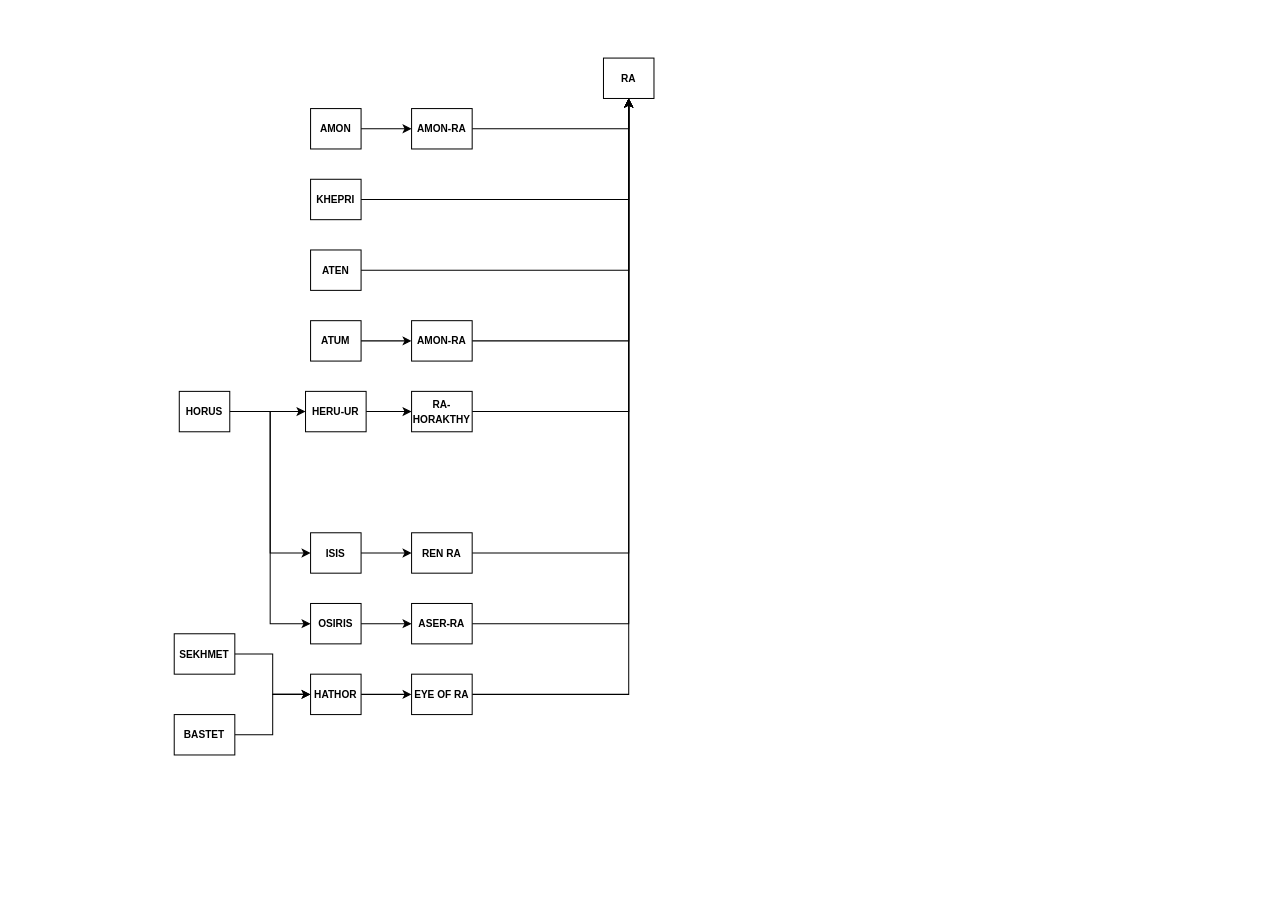
Before: Untitled Diagram.drawio in asimakiskydros/University-Projects, a draw.io diagram. Source tidied: cells renumbered, new cells numbered last; positions are measured from the earlier drawing's top-left corner, leaving out a move shared by most shapes. Both pictures are drawn from the tidied source at 101%, with x=0, y=0 at pixel (174, 58).
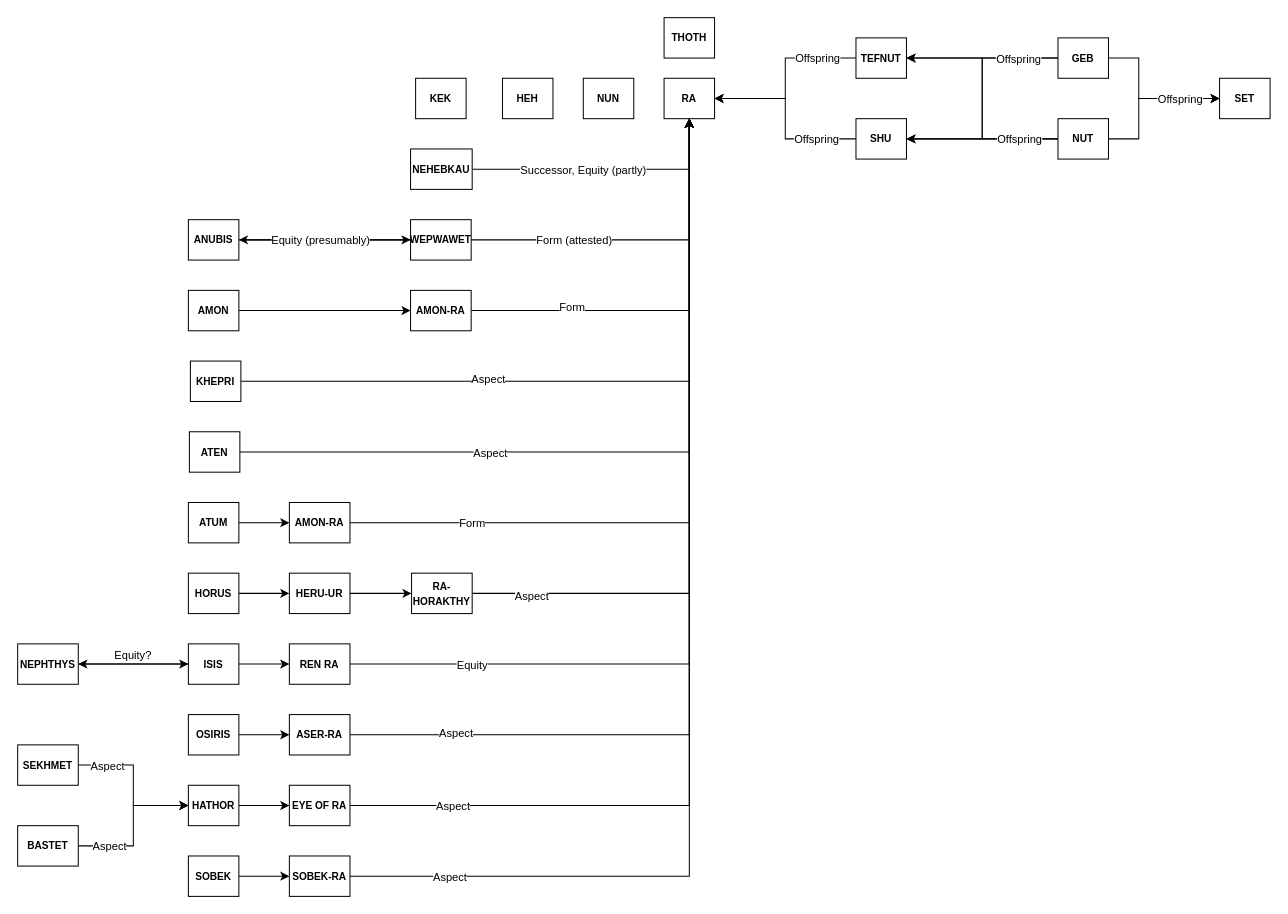
The same page after the edit.

The change refers to these unchanged cells:
```xml
<mxCell id="5" style="edgeStyle=orthogonalEdgeStyle;rounded=0;jettySize=auto;html=1;entryX=0.5;entryY=1;entryDx=0;entryDy=0;" parent="1" edge="1" source="6" target="2">
  <mxGeometry relative="1" as="geometry" />
</mxCell>
<mxCell id="7" style="edgeStyle=orthogonalEdgeStyle;rounded=0;jettySize=auto;html=1;entryX=0.5;entryY=1;entryDx=0;entryDy=0;" parent="1" edge="1" source="8" target="2">
  <mxGeometry relative="1" as="geometry" />
</mxCell>
<mxCell id="11" style="edgeStyle=orthogonalEdgeStyle;rounded=0;jettySize=auto;html=1;entryX=0.5;entryY=1;entryDx=0;entryDy=0;" parent="1" edge="1" source="12" target="2">
  <mxGeometry relative="1" as="geometry" />
</mxCell>
<mxCell id="13" style="edgeStyle=orthogonalEdgeStyle;rounded=0;jettySize=auto;html=1;entryX=0.5;entryY=1;entryDx=0;entryDy=0;" parent="1" edge="1" source="14" target="2">
  <mxGeometry relative="1" as="geometry" />
</mxCell>
<mxCell id="21" style="edgeStyle=orthogonalEdgeStyle;rounded=0;jettySize=auto;html=1;entryX=0.5;entryY=1;entryDx=0;entryDy=0;" parent="1" edge="1" source="22" target="2">
  <mxGeometry relative="1" as="geometry" />
</mxCell>
<mxCell id="25" style="edgeStyle=orthogonalEdgeStyle;rounded=0;jettySize=auto;html=1;entryX=0.5;entryY=1;entryDx=0;entryDy=0;" parent="1" edge="1" source="26" target="2">
  <mxGeometry relative="1" as="geometry" />
</mxCell>
<mxCell id="27" style="edgeStyle=orthogonalEdgeStyle;rounded=0;jettySize=auto;html=1;entryX=0;entryY=0.5;entryDx=0;entryDy=0;" parent="1" edge="1" source="28" target="24">
  <mxGeometry relative="1" as="geometry" />
</mxCell>
<mxCell id="29" style="edgeStyle=orthogonalEdgeStyle;rounded=0;jettySize=auto;html=1;entryX=0;entryY=0.5;entryDx=0;entryDy=0;" parent="1" edge="1" source="30" target="24">
  <mxGeometry relative="1" as="geometry" />
</mxCell>
<mxCell id="33" style="edgeStyle=orthogonalEdgeStyle;rounded=0;jettySize=auto;html=1;entryX=0.5;entryY=1;entryDx=0;entryDy=0;" parent="1" edge="1" source="34" target="2">
  <mxGeometry relative="1" as="geometry" />
</mxCell>
<mxCell id="37" style="edgeStyle=orthogonalEdgeStyle;rounded=0;jettySize=auto;html=1;entryX=0.5;entryY=1;entryDx=0;entryDy=0;" parent="1" edge="1" source="38" target="2">
  <mxGeometry relative="1" as="geometry" />
</mxCell>
```

Change to the diagram source:
```diff
@@
     <mxCell id="2" value="&lt;font size=&quot;1&quot;&gt;&lt;b&gt;RA&lt;/b&gt;&lt;/font&gt;" style="rounded=0;whiteSpace=wrap;html=1;" parent="1" vertex="1">
-      <mxGeometry x="425" width="50" height="40" as="geometry" />
+      <mxGeometry x="485" y="20" width="50" height="40" as="geometry" />
     </mxCell>
@@
     <mxCell id="4" value="&lt;font size=&quot;1&quot;&gt;&lt;b&gt;AMON&lt;/b&gt;&lt;/font&gt;" style="rounded=0;whiteSpace=wrap;html=1;" parent="1" vertex="1">
-      <mxGeometry x="135" y="50" width="50" height="40" as="geometry" />
+      <mxGeometry x="14" y="230" width="50" height="40" as="geometry" />
     </mxCell>
@@
+    <mxCell id="39" value="Aspect" style="edgeLabel;html=1;align=center;verticalAlign=middle;" parent="5" vertex="1">
+      <mxGeometry x="-0.43" y="3" relative="1" as="geometry">
+        <mxPoint x="43" as="offset" />
+      </mxGeometry>
+    </mxCell>
     <mxCell id="6" value="&lt;div&gt;&lt;font size=&quot;1&quot;&gt;&lt;b&gt;KHEPRI&lt;/b&gt;&lt;/font&gt;&lt;/div&gt;" style="rounded=0;whiteSpace=wrap;html=1;" parent="1" vertex="1">
-      <mxGeometry x="135" y="120" width="50" height="40" as="geometry" />
+      <mxGeometry x="16" y="300" width="50" height="40" as="geometry" />
     </mxCell>
@@
+    <mxCell id="40" value="Aspect" style="edgeLabel;html=1;align=center;verticalAlign=middle;" parent="7" vertex="1">
+      <mxGeometry x="-0.38" y="4" relative="1" as="geometry">
+        <mxPoint x="7" y="4" as="offset" />
+      </mxGeometry>
+    </mxCell>
     <mxCell id="8" value="&lt;div&gt;&lt;font size=&quot;1&quot;&gt;&lt;b&gt;ATEN&lt;/b&gt;&lt;/font&gt;&lt;/div&gt;" style="rounded=0;whiteSpace=wrap;html=1;" parent="1" vertex="1">
-      <mxGeometry x="135" y="190" width="50" height="40" as="geometry" />
+      <mxGeometry x="15" y="370" width="50" height="40" as="geometry" />
     </mxCell>
@@
     <mxCell id="10" value="&lt;font size=&quot;1&quot;&gt;&lt;b&gt;ATUM&lt;/b&gt;&lt;/font&gt;" style="rounded=0;whiteSpace=wrap;html=1;" parent="1" vertex="1">
-      <mxGeometry x="135" y="260" width="50" height="40" as="geometry" />
+      <mxGeometry x="14" y="440" width="50" height="40" as="geometry" />
     </mxCell>
@@
+    <mxCell id="41" value="Form " style="edgeLabel;html=1;align=center;verticalAlign=middle;" parent="11" vertex="1">
+      <mxGeometry x="-0.56" y="4" relative="1" as="geometry">
+        <mxPoint x="10" as="offset" />
+      </mxGeometry>
+    </mxCell>
     <mxCell id="12" value="&lt;font size=&quot;1&quot;&gt;&lt;b&gt;AMON-RA&lt;/b&gt;&lt;/font&gt;" style="rounded=0;whiteSpace=wrap;html=1;" parent="1" vertex="1">
-      <mxGeometry x="235" y="50" width="60" height="40" as="geometry" />
+      <mxGeometry x="234" y="230" width="60" height="40" as="geometry" />
     </mxCell>
@@
+    <mxCell id="42" value="Form" style="edgeLabel;html=1;align=center;verticalAlign=middle;" parent="13" vertex="1">
+      <mxGeometry x="-0.68" y="-3" relative="1" as="geometry">
+        <mxPoint x="2" y="-3" as="offset" />
+      </mxGeometry>
+    </mxCell>
     <mxCell id="14" value="&lt;font size=&quot;1&quot;&gt;&lt;b&gt;AMON-RA&lt;/b&gt;&lt;/font&gt;" style="rounded=0;whiteSpace=wrap;html=1;" parent="1" vertex="1">
-      <mxGeometry x="235" y="260" width="60" height="40" as="geometry" />
+      <mxGeometry x="114" y="440" width="60" height="40" as="geometry" />
     </mxCell>
@@
-    <mxCell id="16" style="edgeStyle=orthogonalEdgeStyle;rounded=0;jettySize=auto;html=1;entryX=0;entryY=0.5;entryDx=0;entryDy=0;" parent="1" edge="1" source="18" target="32">
-      <mxGeometry relative="1" as="geometry" />
-    </mxCell>
-    <mxCell id="17" style="edgeStyle=orthogonalEdgeStyle;rounded=0;jettySize=auto;html=1;entryX=0;entryY=0.5;entryDx=0;entryDy=0;" parent="1" edge="1" source="18" target="36">
-      <mxGeometry relative="1" as="geometry" />
-    </mxCell>
     <mxCell id="18" value="&lt;font size=&quot;1&quot;&gt;&lt;b&gt;HORUS&lt;/b&gt;&lt;/font&gt;" style="rounded=0;whiteSpace=wrap;html=1;" parent="1" vertex="1">
-      <mxGeometry x="5" y="330" width="50" height="40" as="geometry" />
+      <mxGeometry x="14" y="510" width="50" height="40" as="geometry" />
     </mxCell>
@@
     <mxCell id="20" value="&lt;font size=&quot;1&quot;&gt;&lt;b&gt;HERU-UR&lt;/b&gt;&lt;/font&gt;" style="rounded=0;whiteSpace=wrap;html=1;" parent="1" vertex="1">
-      <mxGeometry x="130" y="330" width="60" height="40" as="geometry" />
+      <mxGeometry x="114" y="510" width="60" height="40" as="geometry" />
     </mxCell>
@@
+    <mxCell id="43" value="Aspect" style="edgeLabel;html=1;align=center;verticalAlign=middle;" parent="21" vertex="1">
+      <mxGeometry x="-0.83" y="-2" relative="1" as="geometry" />
+    </mxCell>
     <mxCell id="22" value="&lt;font size=&quot;1&quot;&gt;&lt;b&gt;RA-HORAKTHY&lt;/b&gt;&lt;/font&gt;" style="rounded=0;whiteSpace=wrap;html=1;" parent="1" vertex="1">
-      <mxGeometry x="235" y="330" width="60" height="40" as="geometry" />
+      <mxGeometry x="235" y="510" width="60" height="40" as="geometry" />
     </mxCell>
@@
     <mxCell id="24" value="&lt;font size=&quot;1&quot;&gt;&lt;b&gt;HATHOR&lt;/b&gt;&lt;/font&gt;" style="rounded=0;whiteSpace=wrap;html=1;" parent="1" vertex="1">
-      <mxGeometry x="135" y="610" width="50" height="40" as="geometry" />
+      <mxGeometry x="14" y="720" width="50" height="40" as="geometry" />
     </mxCell>
@@
+    <mxCell id="44" value="Aspect" style="edgeLabel;html=1;align=center;verticalAlign=middle;" parent="25" vertex="1">
+      <mxGeometry x="-0.79" y="2" relative="1" as="geometry">
+        <mxPoint x="-6" y="2" as="offset" />
+      </mxGeometry>
+    </mxCell>
     <mxCell id="26" value="&lt;font size=&quot;1&quot;&gt;&lt;b&gt;EYE OF RA&lt;br&gt;&lt;/b&gt;&lt;/font&gt;" style="rounded=0;whiteSpace=wrap;html=1;" parent="1" vertex="1">
-      <mxGeometry x="235" y="610" width="60" height="40" as="geometry" />
+      <mxGeometry x="114" y="720" width="60" height="40" as="geometry" />
     </mxCell>
@@
+    <mxCell id="45" value="Aspect" style="edgeLabel;html=1;align=center;verticalAlign=middle;" parent="27" vertex="1">
+      <mxGeometry x="-0.62" relative="1" as="geometry" />
+    </mxCell>
     <mxCell id="28" value="&lt;font size=&quot;1&quot;&gt;&lt;b&gt;SEKHMET&lt;/b&gt;&lt;/font&gt;" style="rounded=0;whiteSpace=wrap;html=1;" parent="1" vertex="1">
-      <mxGeometry y="570" width="60" height="40" as="geometry" />
+      <mxGeometry x="-155" y="680" width="60" height="40" as="geometry" />
     </mxCell>
@@
+    <mxCell id="46" value="Aspect" style="edgeLabel;html=1;align=center;verticalAlign=middle;" parent="29" vertex="1">
+      <mxGeometry x="-0.57" relative="1" as="geometry">
+        <mxPoint x="-2" as="offset" />
+      </mxGeometry>
+    </mxCell>
     <mxCell id="30" value="&lt;font size=&quot;1&quot;&gt;&lt;b&gt;BASTET&lt;/b&gt;&lt;/font&gt;" style="rounded=0;whiteSpace=wrap;html=1;" parent="1" vertex="1">
-      <mxGeometry y="650" width="60" height="40" as="geometry" />
+      <mxGeometry x="-155" y="760" width="60" height="40" as="geometry" />
     </mxCell>
@@
+    <mxCell id="47" style="edgeStyle=orthogonalEdgeStyle;rounded=0;jettySize=auto;html=1;entryX=1;entryY=0.5;entryDx=0;entryDy=0;" parent="1" edge="1" source="32" target="52">
+      <mxGeometry relative="1" as="geometry" />
+    </mxCell>
     <mxCell id="32" value="&lt;font size=&quot;1&quot;&gt;&lt;b&gt;ISIS&lt;/b&gt;&lt;/font&gt;" style="rounded=0;whiteSpace=wrap;html=1;" parent="1" vertex="1">
-      <mxGeometry x="135" y="470" width="50" height="40" as="geometry" />
+      <mxGeometry x="14" y="580" width="50" height="40" as="geometry" />
     </mxCell>
@@
+    <mxCell id="48" value="Equity" style="edgeLabel;html=1;align=center;verticalAlign=middle;" parent="33" vertex="1">
+      <mxGeometry x="-0.69" y="-1" relative="1" as="geometry">
+        <mxPoint x="-16" y="-1" as="offset" />
+      </mxGeometry>
+    </mxCell>
     <mxCell id="34" value="&lt;font size=&quot;1&quot;&gt;&lt;b&gt;REN RA&lt;/b&gt;&lt;/font&gt;" style="rounded=0;whiteSpace=wrap;html=1;" parent="1" vertex="1">
-      <mxGeometry x="235" y="470" width="60" height="40" as="geometry" />
+      <mxGeometry x="114" y="580" width="60" height="40" as="geometry" />
     </mxCell>
@@
     <mxCell id="36" value="&lt;font size=&quot;1&quot;&gt;&lt;b&gt;OSIRIS&lt;/b&gt;&lt;/font&gt;" style="rounded=0;whiteSpace=wrap;html=1;" parent="1" vertex="1">
-      <mxGeometry x="135" y="540" width="50" height="40" as="geometry" />
+      <mxGeometry x="14" y="650" width="50" height="40" as="geometry" />
     </mxCell>
@@
+    <mxCell id="49" value="Aspect" style="edgeLabel;html=1;align=center;verticalAlign=middle;" parent="37" vertex="1">
+      <mxGeometry x="-0.78" y="2" relative="1" as="geometry" />
+    </mxCell>
     <mxCell id="38" value="&lt;font size=&quot;1&quot;&gt;&lt;b&gt;ASER-RA&lt;/b&gt;&lt;/font&gt;" style="rounded=0;whiteSpace=wrap;html=1;" parent="1" vertex="1">
-      <mxGeometry x="235" y="540" width="60" height="40" as="geometry" />
+      <mxGeometry x="114" y="650" width="60" height="40" as="geometry" />
     </mxCell>
+    <mxCell id="50" style="edgeStyle=orthogonalEdgeStyle;rounded=0;jettySize=auto;html=1;entryX=0;entryY=0.5;entryDx=0;entryDy=0;" parent="1" edge="1" source="52" target="32">
+      <mxGeometry relative="1" as="geometry" />
+    </mxCell>
+    <mxCell id="51" value="Equity?" style="edgeLabel;html=1;align=center;verticalAlign=middle;" parent="50" vertex="1">
+      <mxGeometry x="0.07" y="-2" relative="1" as="geometry">
+        <mxPoint x="-5" y="-12" as="offset" />
+      </mxGeometry>
+    </mxCell>
+    <mxCell id="52" value="&lt;font size=&quot;1&quot;&gt;&lt;b&gt;NEPHTHYS&lt;/b&gt;&lt;/font&gt;" style="rounded=0;whiteSpace=wrap;html=1;" parent="1" vertex="1">
+      <mxGeometry x="-155" y="580" width="60" height="40" as="geometry" />
+    </mxCell>
+    <mxCell id="53" value="&lt;font size=&quot;1&quot;&gt;&lt;b&gt;THOTH&lt;/b&gt;&lt;/font&gt;" style="rounded=0;whiteSpace=wrap;html=1;" parent="1" vertex="1">
+      <mxGeometry x="485" y="-40" width="50" height="40" as="geometry" />
+    </mxCell>
+    <mxCell id="54" value="&lt;font size=&quot;1&quot;&gt;&lt;b&gt;SET&lt;/b&gt;&lt;/font&gt;" style="rounded=0;whiteSpace=wrap;html=1;" parent="1" vertex="1">
+      <mxGeometry x="1035" y="20" width="50" height="40" as="geometry" />
+    </mxCell>
+    <mxCell id="55" style="edgeStyle=orthogonalEdgeStyle;rounded=0;jettySize=auto;html=1;entryX=1;entryY=0.5;entryDx=0;entryDy=0;" parent="1" edge="1" source="59" target="74">
+      <mxGeometry relative="1" as="geometry" />
+    </mxCell>
+    <mxCell id="56" style="edgeStyle=orthogonalEdgeStyle;rounded=0;jettySize=auto;html=1;entryX=1;entryY=0.5;entryDx=0;entryDy=0;" parent="1" edge="1" source="59" target="71">
+      <mxGeometry relative="1" as="geometry" />
+    </mxCell>
+    <mxCell id="57" value="Offspring" style="edgeLabel;html=1;align=center;verticalAlign=middle;" parent="56" vertex="1">
+      <mxGeometry x="-0.73" y="-1" relative="1" as="geometry">
+        <mxPoint x="-9" y="1" as="offset" />
+      </mxGeometry>
+    </mxCell>
+    <mxCell id="58" style="edgeStyle=orthogonalEdgeStyle;rounded=0;jettySize=auto;html=1;entryX=0;entryY=0.5;entryDx=0;entryDy=0;" parent="1" edge="1" source="59" target="54">
+      <mxGeometry relative="1" as="geometry">
+        <Array as="points">
+          <mxPoint x="955" />
+          <mxPoint x="955" y="40" />
+        </Array>
+      </mxGeometry>
+    </mxCell>
+    <mxCell id="59" value="&lt;font size=&quot;1&quot;&gt;&lt;b&gt;GEB&lt;/b&gt;&lt;/font&gt;" style="rounded=0;whiteSpace=wrap;html=1;" parent="1" vertex="1">
+      <mxGeometry x="875" y="-20" width="50" height="40" as="geometry" />
+    </mxCell>
+    <mxCell id="60" style="edgeStyle=orthogonalEdgeStyle;rounded=0;jettySize=auto;html=1;entryX=1;entryY=0.5;entryDx=0;entryDy=0;" parent="1" edge="1" source="65" target="71">
+      <mxGeometry relative="1" as="geometry" />
+    </mxCell>
+    <mxCell id="61" style="edgeStyle=orthogonalEdgeStyle;rounded=0;jettySize=auto;html=1;entryX=1;entryY=0.5;entryDx=0;entryDy=0;" parent="1" edge="1" source="65" target="74">
+      <mxGeometry relative="1" as="geometry" />
+    </mxCell>
+    <mxCell id="62" value="Offspring" style="edgeLabel;html=1;align=center;verticalAlign=middle;" parent="61" vertex="1">
+      <mxGeometry x="-0.71" y="2" relative="1" as="geometry">
+        <mxPoint x="-6" y="-2" as="offset" />
+      </mxGeometry>
+    </mxCell>
+    <mxCell id="63" style="edgeStyle=orthogonalEdgeStyle;rounded=0;jettySize=auto;html=1;entryX=0;entryY=0.5;entryDx=0;entryDy=0;" parent="1" edge="1" source="65" target="54">
+      <mxGeometry relative="1" as="geometry">
+        <Array as="points">
+          <mxPoint x="955" y="80" />
+          <mxPoint x="955" y="40" />
+        </Array>
+      </mxGeometry>
+    </mxCell>
+    <mxCell id="64" value="Offspring" style="edgeLabel;html=1;align=center;verticalAlign=middle;" parent="63" vertex="1">
+      <mxGeometry x="0.52" relative="1" as="geometry">
+        <mxPoint x="-4" as="offset" />
+      </mxGeometry>
+    </mxCell>
+    <mxCell id="65" value="&lt;div&gt;&lt;font size=&quot;1&quot;&gt;&lt;b&gt;NUT&lt;/b&gt;&lt;/font&gt;&lt;/div&gt;" style="rounded=0;whiteSpace=wrap;html=1;" parent="1" vertex="1">
+      <mxGeometry x="875" y="60" width="50" height="40" as="geometry" />
+    </mxCell>
+    <mxCell id="66" value="&lt;div&gt;&lt;font size=&quot;1&quot;&gt;&lt;b&gt;NUN&lt;/b&gt;&lt;/font&gt;&lt;/div&gt;" style="rounded=0;whiteSpace=wrap;html=1;" parent="1" vertex="1">
+      <mxGeometry x="405" y="20" width="50" height="40" as="geometry" />
+    </mxCell>
+    <mxCell id="67" value="&lt;font size=&quot;1&quot;&gt;&lt;b&gt;HEH&lt;/b&gt;&lt;/font&gt;" style="rounded=0;whiteSpace=wrap;html=1;" parent="1" vertex="1">
+      <mxGeometry x="325" y="20" width="50" height="40" as="geometry" />
+    </mxCell>
+    <mxCell id="68" value="&lt;font size=&quot;1&quot;&gt;&lt;b&gt;KEK&lt;/b&gt;&lt;/font&gt;" style="rounded=0;whiteSpace=wrap;html=1;" parent="1" vertex="1">
+      <mxGeometry x="239" y="20" width="50" height="40" as="geometry" />
+    </mxCell>
+    <mxCell id="69" style="edgeStyle=orthogonalEdgeStyle;rounded=0;jettySize=auto;html=1;entryX=1;entryY=0.5;entryDx=0;entryDy=0;" parent="1" edge="1" source="71" target="2">
+      <mxGeometry relative="1" as="geometry" />
+    </mxCell>
+    <mxCell id="70" value="&lt;div&gt;Offspring&lt;/div&gt;" style="edgeLabel;html=1;align=center;verticalAlign=middle;" parent="69" vertex="1">
+      <mxGeometry x="-0.51" y="3" relative="1" as="geometry">
+        <mxPoint x="4" y="-3" as="offset" />
+      </mxGeometry>
+    </mxCell>
+    <mxCell id="71" value="&lt;font size=&quot;1&quot;&gt;&lt;b&gt;SHU&lt;/b&gt;&lt;/font&gt;" style="rounded=0;whiteSpace=wrap;html=1;" parent="1" vertex="1">
+      <mxGeometry x="675" y="60" width="50" height="40" as="geometry" />
+    </mxCell>
+    <mxCell id="72" style="edgeStyle=orthogonalEdgeStyle;rounded=0;jettySize=auto;html=1;entryX=1;entryY=0.5;entryDx=0;entryDy=0;" parent="1" edge="1" source="74" target="2">
+      <mxGeometry relative="1" as="geometry" />
+    </mxCell>
+    <mxCell id="73" value="Offspring" style="edgeLabel;html=1;align=center;verticalAlign=middle;" parent="72" vertex="1">
+      <mxGeometry x="-0.57" y="-1" relative="1" as="geometry" />
+    </mxCell>
+    <mxCell id="74" value="&lt;font size=&quot;1&quot;&gt;&lt;b&gt;TEFNUT&lt;/b&gt;&lt;/font&gt;" style="rounded=0;whiteSpace=wrap;html=1;" parent="1" vertex="1">
+      <mxGeometry x="675" y="-20" width="50" height="40" as="geometry" />
+    </mxCell>
+    <mxCell id="75" style="edgeStyle=orthogonalEdgeStyle;rounded=0;jettySize=auto;html=1;entryX=0;entryY=0.5;entryDx=0;entryDy=0;" parent="1" edge="1" source="76" target="79">
+      <mxGeometry relative="1" as="geometry" />
+    </mxCell>
+    <mxCell id="76" value="&lt;font size=&quot;1&quot;&gt;&lt;b&gt;SOBEK&lt;/b&gt;&lt;/font&gt;" style="rounded=0;whiteSpace=wrap;html=1;" parent="1" vertex="1">
+      <mxGeometry x="14" y="790" width="50" height="40" as="geometry" />
+    </mxCell>
+    <mxCell id="77" style="edgeStyle=orthogonalEdgeStyle;rounded=0;jettySize=auto;html=1;entryX=0.5;entryY=1;entryDx=0;entryDy=0;" parent="1" edge="1" source="79" target="2">
+      <mxGeometry relative="1" as="geometry" />
+    </mxCell>
+    <mxCell id="78" value="Aspect" style="edgeLabel;html=1;align=center;verticalAlign=middle;" parent="77" vertex="1">
+      <mxGeometry x="-0.82" relative="1" as="geometry" />
+    </mxCell>
+    <mxCell id="79" value="&lt;font size=&quot;1&quot;&gt;&lt;b&gt;SOBEK-RA&lt;/b&gt;&lt;/font&gt;" style="rounded=0;whiteSpace=wrap;html=1;" parent="1" vertex="1">
+      <mxGeometry x="114" y="790" width="60" height="40" as="geometry" />
+    </mxCell>
+    <mxCell id="80" style="edgeStyle=orthogonalEdgeStyle;rounded=0;jettySize=auto;html=1;entryX=0;entryY=0.5;entryDx=0;entryDy=0;" parent="1" edge="1" source="81" target="86">
+      <mxGeometry relative="1" as="geometry" />
+    </mxCell>
+    <mxCell id="81" value="&lt;font size=&quot;1&quot;&gt;&lt;b&gt;ANUBIS&lt;/b&gt;&lt;/font&gt;" style="rounded=0;whiteSpace=wrap;html=1;" parent="1" vertex="1">
+      <mxGeometry x="14" y="160" width="50" height="40" as="geometry" />
+    </mxCell>
+    <mxCell id="82" style="edgeStyle=orthogonalEdgeStyle;rounded=0;jettySize=auto;html=1;entryX=1;entryY=0.5;entryDx=0;entryDy=0;" parent="1" edge="1" source="86" target="81">
+      <mxGeometry relative="1" as="geometry" />
+    </mxCell>
+    <mxCell id="83" value="Equity (presumably)" style="edgeLabel;html=1;align=center;verticalAlign=middle;" parent="82" vertex="1">
+      <mxGeometry x="-0.16" y="-2" relative="1" as="geometry">
+        <mxPoint x="-19" y="2" as="offset" />
+      </mxGeometry>
+    </mxCell>
+    <mxCell id="84" style="edgeStyle=orthogonalEdgeStyle;rounded=0;jettySize=auto;html=1;entryX=0.5;entryY=1;entryDx=0;entryDy=0;" parent="1" edge="1" source="86" target="2">
+      <mxGeometry relative="1" as="geometry" />
+    </mxCell>
+    <mxCell id="85" value="Form (attested)" style="edgeLabel;html=1;align=center;verticalAlign=middle;" parent="84" vertex="1">
+      <mxGeometry x="-0.41" y="1" relative="1" as="geometry">
+        <mxPoint x="2" y="1" as="offset" />
+      </mxGeometry>
+    </mxCell>
+    <mxCell id="86" value="&lt;font size=&quot;1&quot;&gt;&lt;b&gt;WEPWAWET&lt;/b&gt;&lt;/font&gt;" style="rounded=0;whiteSpace=wrap;html=1;" parent="1" vertex="1">
+      <mxGeometry x="234" y="160" width="60" height="40" as="geometry" />
+    </mxCell>
+    <mxCell id="87" style="edgeStyle=orthogonalEdgeStyle;rounded=0;jettySize=auto;html=1;entryX=0.5;entryY=1;entryDx=0;entryDy=0;" parent="1" edge="1" source="89" target="2">
+      <mxGeometry relative="1" as="geometry" />
+    </mxCell>
+    <mxCell id="88" value="Successor, Equity (partly)" style="edgeLabel;html=1;align=center;verticalAlign=middle;" parent="87" vertex="1">
+      <mxGeometry x="-0.41" y="-4" relative="1" as="geometry">
+        <mxPoint x="31" y="-4" as="offset" />
+      </mxGeometry>
+    </mxCell>
+    <mxCell id="89" value="&lt;font size=&quot;1&quot;&gt;&lt;b&gt;NEHEBKAU&lt;/b&gt;&lt;/font&gt;" style="rounded=0;whiteSpace=wrap;html=1;" parent="1" vertex="1">
+      <mxGeometry x="234" y="90" width="61" height="40" as="geometry" />
+    </mxCell>
```
